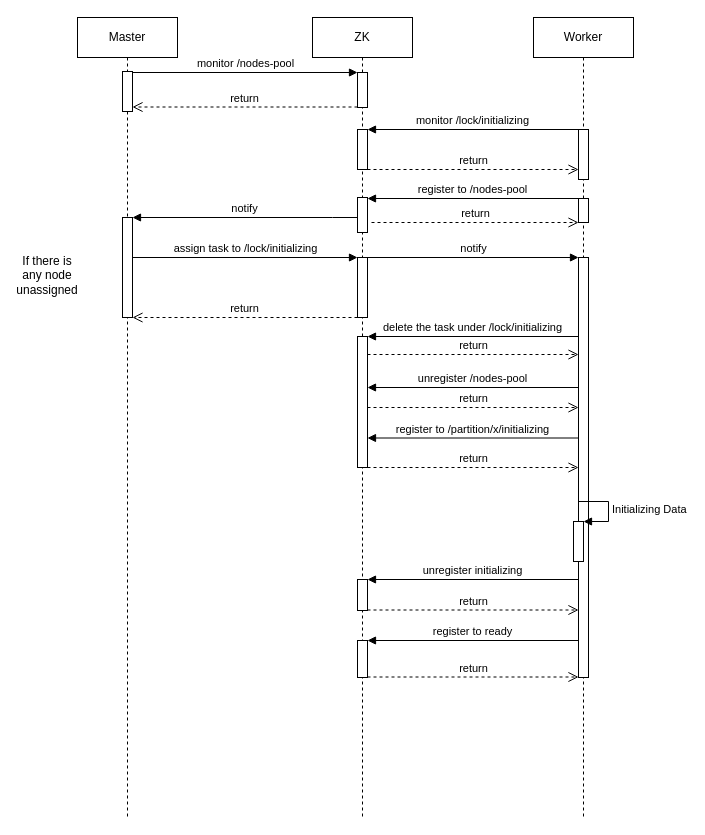
dosjia/chart keeps this draw.io diagram as page "hot data init" (4 of 5) of Distributed Calculation Design.drawio. Above is the earlier version. Source tidied: cells renumbered, new cells numbered last; positions are measured from the earlier drawing's top-left corner, leaving out a move shared by most shapes. Both pictures are drawn from the tidied source at 100%, with x=0, y=0 at pixel (17, 17).
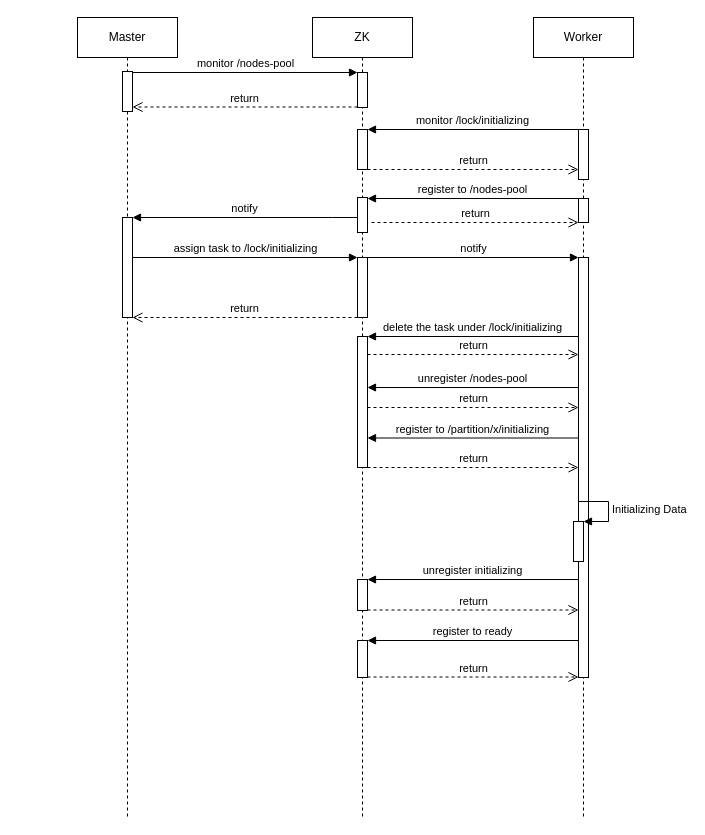
Above is the later version.

The edit, as a diff of the source:
```diff
@@
-    <mxCell id="36" value="If there is any node unassigned" style="text;html=1;strokeColor=none;fillColor=none;align=center;verticalAlign=middle;whiteSpace=wrap;rounded=0;fontColor=none;" parent="1" vertex="1">
-      <mxGeometry y="243" width="60" height="30" as="geometry" />
-    </mxCell>
```
